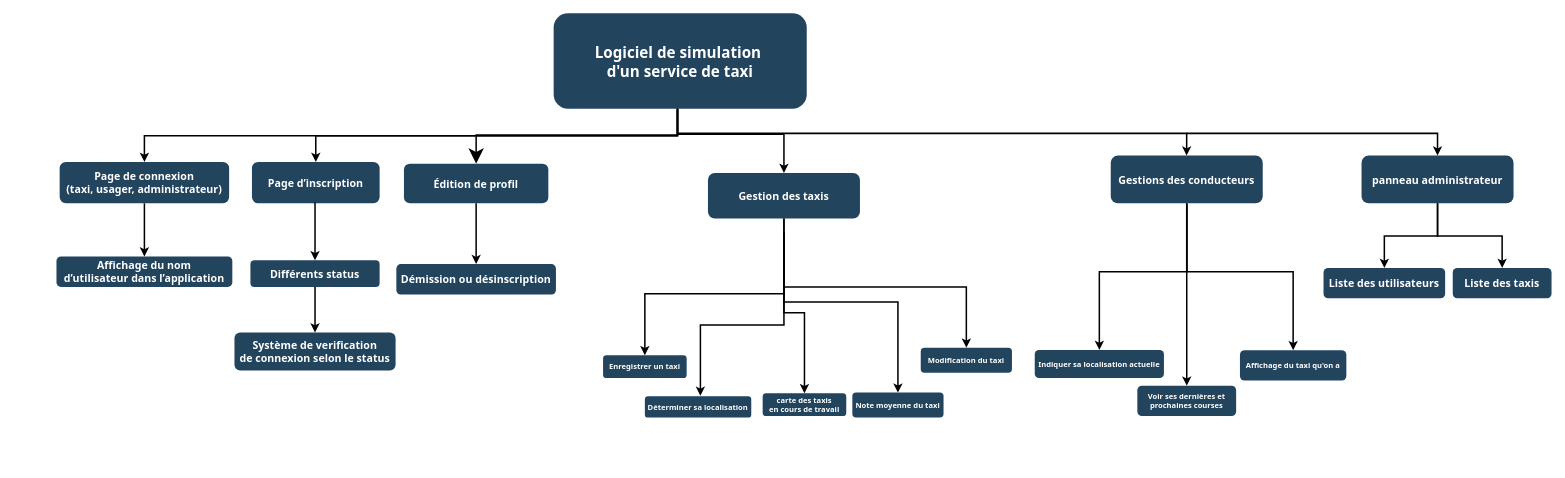
The draw.io diagram Gestion_de_projet/Gestion_de_projet_diagramme_des_tâches.drawio in mboultoureau/utaxi, before the edit. Source tidied: cells renumbered, new cells numbered last; positions are measured from the earlier drawing's top-left corner, leaving out a move shared by most shapes. Both pictures are drawn from the tidied source at 76%, with x=0, y=0 at pixel (56, 13).
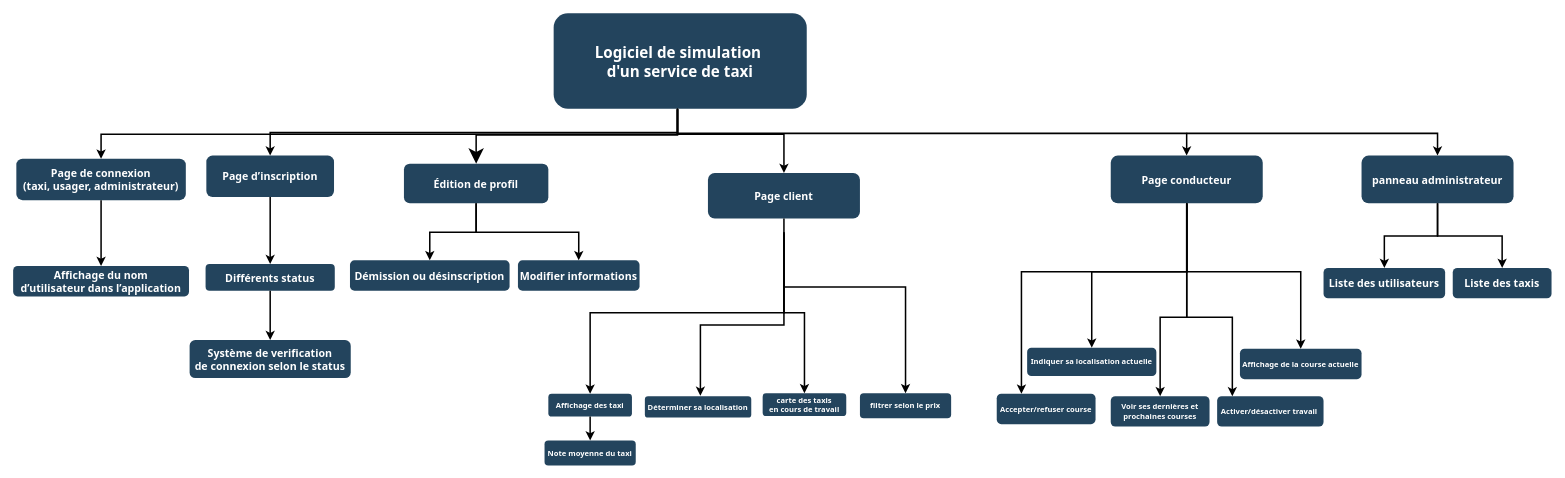
The same page after the edit.

The change refers to these unchanged cells:
```xml
<mxCell id="5" value="Édition de profil" style="rounded=1;fillColor=#23445D;gradientColor=none;strokeColor=none;fontColor=#FFFFFF;fontStyle=1;fontFamily=Tahoma;fontSize=14;" parent="1" vertex="1">
  <mxGeometry x="457" y="197.8" width="190" height="52.2" as="geometry" />
</mxCell>
```

The edit, as a diff of the source:
```diff
@@
     <mxCell id="6" value="Page d’inscription" style="rounded=1;fillColor=#23445D;gradientColor=none;strokeColor=none;fontColor=#FFFFFF;fontStyle=1;fontFamily=Tahoma;fontSize=14;" parent="1" vertex="1">
-      <mxGeometry x="257" y="195.5" width="168" height="54.5" as="geometry" />
+      <mxGeometry x="197" y="187.2" width="168" height="54.5" as="geometry" />
     </mxCell>
     <mxCell id="7" value="Système de verification&#10;de connexion selon le status" style="rounded=1;fillColor=#23445D;gradientColor=none;strokeColor=none;fontColor=#FFFFFF;fontStyle=1;fontFamily=Tahoma;fontSize=14;" parent="1" vertex="1">
-      <mxGeometry x="234" y="420" width="212" height="50" as="geometry" />
+      <mxGeometry x="175" y="430" width="212" height="50" as="geometry" />
     </mxCell>
     <mxCell id="8" value="Page de connexion &#10;(taxi, usager, administrateur)" style="rounded=1;fillColor=#23445D;gradientColor=none;strokeColor=none;fontColor=#FFFFFF;fontStyle=1;fontFamily=Tahoma;fontSize=14;" parent="1" vertex="1">
-      <mxGeometry x="4" y="195.5" width="223" height="54.5" as="geometry" />
+      <mxGeometry x="-53" y="191.4" width="223" height="54.5" as="geometry" />
     </mxCell>
     <mxCell id="9" value="Démission ou désinscription" style="rounded=1;fillColor=#23445D;gradientColor=none;strokeColor=none;fontColor=#FFFFFF;fontStyle=1;fontFamily=Tahoma;fontSize=14;" parent="1" vertex="1">
-      <mxGeometry x="447" y="330" width="210" height="40" as="geometry" />
+      <mxGeometry x="386" y="325" width="210" height="40" as="geometry" />
     </mxCell>
@@
-    <mxCell id="16" style="edgeStyle=elbowEdgeStyle;elbow=vertical;strokeWidth=2;rounded=0;entryX=0.5;entryY=0;entryDx=0;entryDy=0;" parent="1" edge="1" target="17">
+    <mxCell id="16" style="edgeStyle=elbowEdgeStyle;elbow=vertical;strokeWidth=2;rounded=0;entryX=0.5;entryY=0;entryDx=0;entryDy=0;exitX=0.5;exitY=1;exitDx=0;exitDy=0;" parent="1" edge="1" source="6" target="17">
       <mxGeometry x="-501.3" y="150" as="geometry">
-        <mxPoint x="340" y="249" as="sourcePoint" />
         <Array as="points">
           <mxPoint x="340" y="260" />
           <mxPoint x="340" y="270" />
         </Array>
       </mxGeometry>
     </mxCell>
     <mxCell id="17" value="Différents status" style="rounded=1;fillColor=#23445D;gradientColor=none;strokeColor=none;fontColor=#FFFFFF;fontStyle=1;fontFamily=Tahoma;fontSize=14;" parent="1" vertex="1">
-      <mxGeometry x="255" y="325" width="170" height="35" as="geometry" />
+      <mxGeometry x="196" y="330" width="170" height="35" as="geometry" />
     </mxCell>
@@
     <mxCell id="19" value="Affichage du nom &#10;d’utilisateur dans l’application" style="rounded=1;fillColor=#23445D;gradientColor=none;strokeColor=none;fontColor=#FFFFFF;fontStyle=1;fontFamily=Tahoma;fontSize=14;" parent="1" vertex="1">
-      <mxGeometry x="-0.2" y="320" width="231.4" height="40" as="geometry" />
+      <mxGeometry x="-57.2" y="332.5" width="231.4" height="40" as="geometry" />
     </mxCell>
@@
-    <mxCell id="21" value="Gestion des taxis" style="rounded=1;fillColor=#23445D;gradientColor=none;strokeColor=none;fontColor=#FFFFFF;fontStyle=1;fontFamily=Tahoma;fontSize=14;" parent="1" vertex="1">
+    <mxCell id="21" value="Page client" style="rounded=1;fillColor=#23445D;gradientColor=none;strokeColor=none;fontColor=#FFFFFF;fontStyle=1;fontFamily=Tahoma;fontSize=14;" parent="1" vertex="1">
       <mxGeometry x="857" y="210" width="200" height="60" as="geometry" />
     </mxCell>
@@
-    <mxCell id="24" value="Enregistrer un taxi" style="rounded=1;fillColor=#23445D;gradientColor=none;strokeColor=none;fontColor=#FFFFFF;fontStyle=1;fontFamily=Tahoma;fontSize=10;" parent="1" vertex="1">
-      <mxGeometry x="719" y="450" width="110" height="30" as="geometry" />
+    <mxCell id="24" value="Affichage des taxi" style="rounded=1;fillColor=#23445D;gradientColor=none;strokeColor=none;fontColor=#FFFFFF;fontStyle=1;fontFamily=Tahoma;fontSize=10;" parent="1" vertex="1">
+      <mxGeometry x="647" y="500.6" width="110" height="30" as="geometry" />
     </mxCell>
@@
-    <mxCell id="26" value="Modification du taxi" style="rounded=1;fillColor=#23445D;gradientColor=none;strokeColor=none;fontColor=#FFFFFF;fontStyle=1;fontFamily=Tahoma;fontSize=10;" parent="1" vertex="1">
-      <mxGeometry x="1137" y="440" width="120" height="32.9" as="geometry" />
+    <mxCell id="26" value="filtrer selon le prix" style="rounded=1;fillColor=#23445D;gradientColor=none;strokeColor=none;fontColor=#FFFFFF;fontStyle=1;fontFamily=Tahoma;fontSize=10;" parent="1" vertex="1">
+      <mxGeometry x="1057" y="500" width="120" height="32.9" as="geometry" />
     </mxCell>
@@
-    <mxCell id="32" style="edgeStyle=elbowEdgeStyle;elbow=vertical;strokeWidth=2;rounded=0;exitX=0.5;exitY=1;exitDx=0;exitDy=0;entryX=0.5;entryY=0;entryDx=0;entryDy=0;" parent="1" edge="1" source="21" target="33">
-      <mxGeometry x="-493" y="158.2" as="geometry">
-        <Array as="points">
-          <mxPoint x="1047" y="380" />
-          <mxPoint x="1097" y="450" />
-          <mxPoint x="1047" y="380" />
-          <mxPoint x="1097" y="440" />
-          <mxPoint x="1017" y="390" />
-          <mxPoint x="1007" y="310" />
-          <mxPoint x="1017" y="330" />
-        </Array>
-      </mxGeometry>
-    </mxCell>
     <mxCell id="33" value="Note moyenne du taxi" style="rounded=1;fillColor=#23445D;gradientColor=none;strokeColor=none;fontColor=#FFFFFF;fontStyle=1;fontFamily=Tahoma;fontSize=10;" parent="1" vertex="1">
-      <mxGeometry x="1047" y="499.1" width="120" height="32.9" as="geometry" />
+      <mxGeometry x="642" y="562" width="120" height="32.9" as="geometry" />
     </mxCell>
@@
-    <mxCell id="36" value="Gestions des conducteurs" style="rounded=1;fillColor=#23445D;gradientColor=none;strokeColor=none;fontColor=#FFFFFF;fontStyle=1;fontFamily=Tahoma;fontSize=14;" parent="1" vertex="1">
+    <mxCell id="36" value="Page conducteur" style="rounded=1;fillColor=#23445D;gradientColor=none;strokeColor=none;fontColor=#FFFFFF;fontStyle=1;fontFamily=Tahoma;fontSize=14;" parent="1" vertex="1">
       <mxGeometry x="1387" y="187.2" width="200" height="62.8" as="geometry" />
     </mxCell>
@@
-    <mxCell id="38" value="Affichage du taxi qu'on a" style="rounded=1;fillColor=#23445D;gradientColor=none;strokeColor=none;fontColor=#FFFFFF;fontStyle=1;fontFamily=Tahoma;fontSize=10;" parent="1" vertex="1">
-      <mxGeometry x="1557" y="443.2" width="140" height="40" as="geometry" />
+    <mxCell id="38" value="Affichage de la course actuelle" style="rounded=1;fillColor=#23445D;gradientColor=none;strokeColor=none;fontColor=#FFFFFF;fontStyle=1;fontFamily=Tahoma;fontSize=10;" parent="1" vertex="1">
+      <mxGeometry x="1557" y="441.4" width="160" height="40" as="geometry" />
     </mxCell>
@@
     <mxCell id="40" value="Indiquer sa localisation actuelle" style="rounded=1;fillColor=#23445D;gradientColor=none;strokeColor=none;fontColor=#FFFFFF;fontStyle=1;fontFamily=Tahoma;fontSize=10;" parent="1" vertex="1">
-      <mxGeometry x="1287" y="442.9" width="170" height="37.1" as="geometry" />
+      <mxGeometry x="1277" y="440" width="170" height="37.1" as="geometry" />
     </mxCell>
     <mxCell id="41" value="Voir ses dernières et &#10;prochaines courses" style="rounded=1;fillColor=#23445D;gradientColor=none;strokeColor=none;fontColor=#FFFFFF;fontStyle=1;fontFamily=Tahoma;fontSize=10;" parent="1" vertex="1">
-      <mxGeometry x="1422" y="490" width="130" height="40" as="geometry" />
+      <mxGeometry x="1387" y="503.8" width="130" height="40" as="geometry" />
     </mxCell>
@@
+    <mxCell id="44" value="Modifier informations" style="rounded=1;fillColor=#23445D;gradientColor=none;strokeColor=none;fontColor=#FFFFFF;fontStyle=1;fontFamily=Tahoma;fontSize=14;" parent="1" vertex="1">
+      <mxGeometry x="607" y="325" width="160" height="40" as="geometry" />
+    </mxCell>
+    <mxCell id="45" style="edgeStyle=elbowEdgeStyle;elbow=vertical;strokeWidth=2;rounded=0;entryX=0.5;entryY=0;entryDx=0;entryDy=0;exitX=0.5;exitY=1;exitDx=0;exitDy=0;" parent="1" edge="1" source="5" target="44">
+      <mxGeometry x="22" y="135.5" as="geometry" />
+    </mxCell>
+    <mxCell id="46" value="Activer/désactiver travail " style="rounded=1;fillColor=#23445D;gradientColor=none;strokeColor=none;fontColor=#FFFFFF;fontStyle=1;fontFamily=Tahoma;fontSize=10;" parent="1" vertex="1">
+      <mxGeometry x="1527" y="503.8" width="140" height="40" as="geometry" />
+    </mxCell>
+    <mxCell id="47" style="edgeStyle=elbowEdgeStyle;elbow=vertical;strokeWidth=2;rounded=0;exitX=0.5;exitY=1;exitDx=0;exitDy=0;" parent="1" edge="1" source="36">
+      <mxGeometry x="-256.8" y="192.6" as="geometry">
+        <mxPoint x="1547" y="504" as="targetPoint" />
+        <Array as="points">
+          <mxPoint x="1507" y="400" />
+          <mxPoint x="1497" y="350" />
+          <mxPoint x="1434" y="300" />
+          <mxPoint x="1457" y="397.1" />
+        </Array>
+      </mxGeometry>
+    </mxCell>
+    <mxCell id="48" style="endArrow=classic;html=1;strokeWidth=2;exitX=0.5;exitY=1;exitDx=0;exitDy=0;entryX=0.5;entryY=0;entryDx=0;entryDy=0;" parent="1" edge="1" source="24" target="33">
+      <mxGeometry relative="1" as="geometry" />
+    </mxCell>
+    <mxCell id="49" value="Accepter/refuser course" style="rounded=1;fillColor=#23445D;gradientColor=none;strokeColor=none;fontColor=#FFFFFF;fontStyle=1;fontFamily=Tahoma;fontSize=10;" parent="1" vertex="1">
+      <mxGeometry x="1237" y="500.6" width="130" height="40" as="geometry" />
+    </mxCell>
+    <mxCell id="50" style="edgeStyle=elbowEdgeStyle;elbow=vertical;strokeWidth=2;rounded=0;exitX=0.5;exitY=1;exitDx=0;exitDy=0;entryX=0.25;entryY=0;entryDx=0;entryDy=0;" parent="1" edge="1" source="36" target="49">
+      <mxGeometry x="-337.8" y="135.5" as="geometry">
+        <Array as="points">
+          <mxPoint x="1377" y="340" />
+        </Array>
+      </mxGeometry>
+    </mxCell>
```
